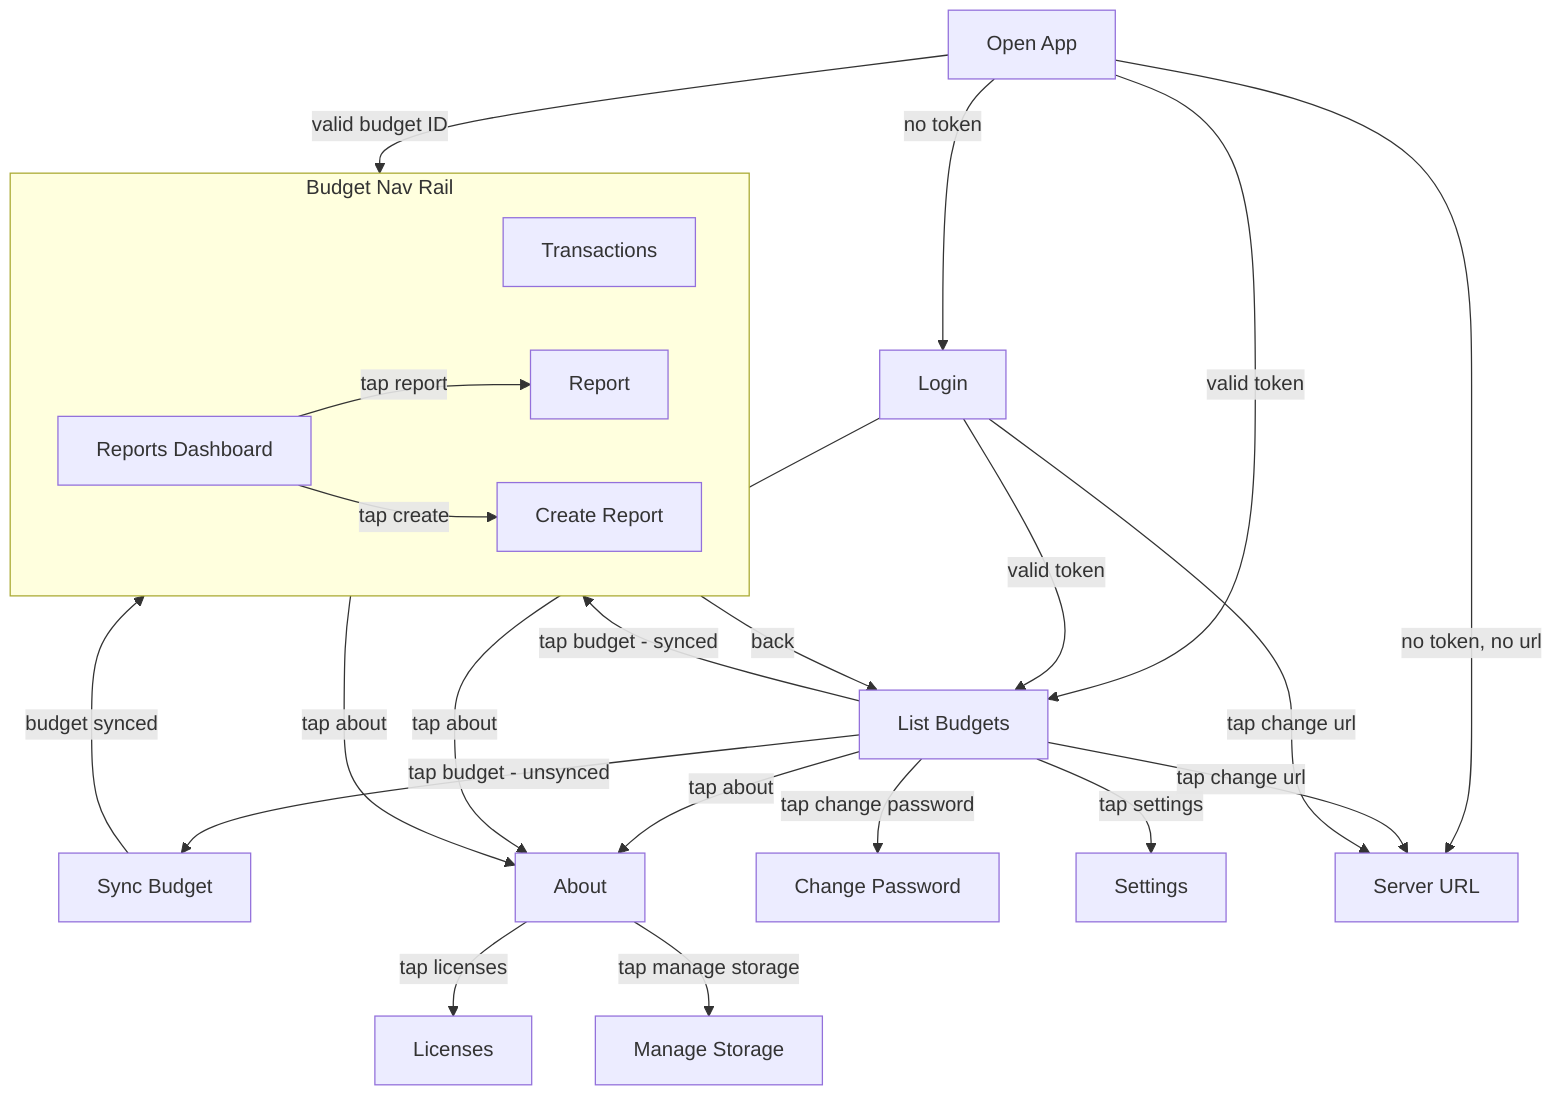
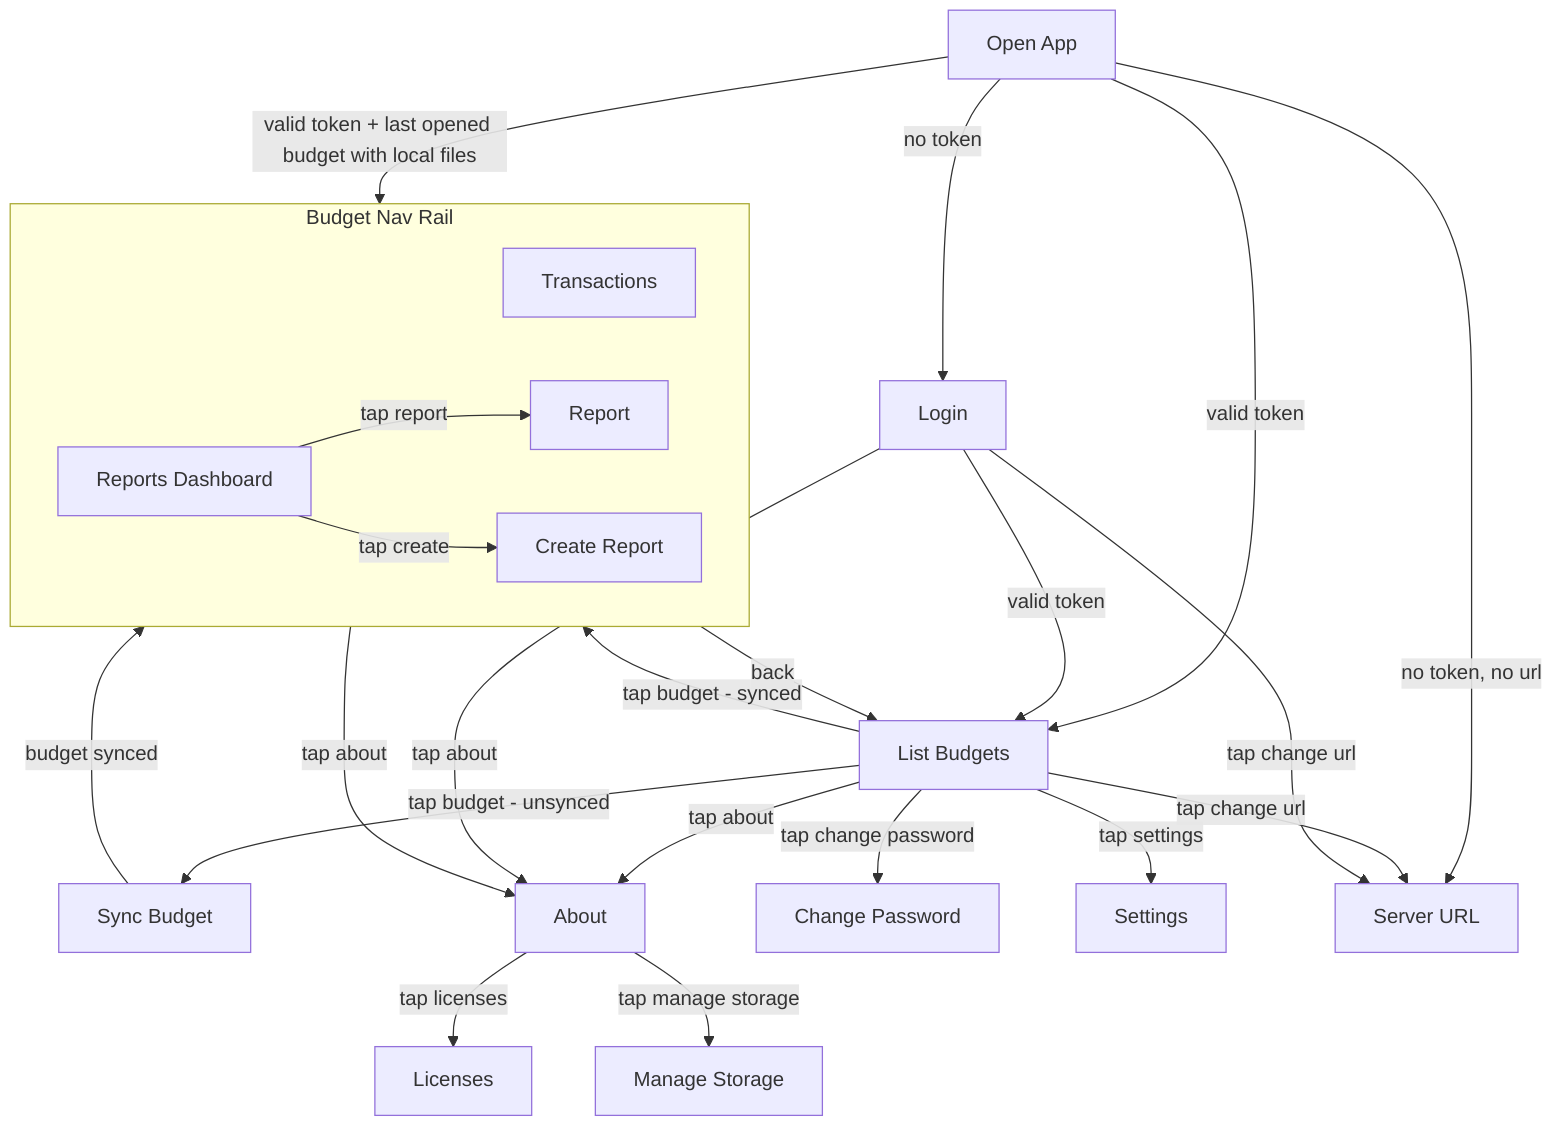
flowchart TD
  app["Open App"]
  budgetList["List Budgets"]
  budgetSync["Sync Budget"]
  info["About"]
  licenses["Licenses"]
  login["Login"]
  manageStorage["Manage Storage"]
  password["Change Password"]
  settings["Settings"]
  url["Server URL"]

  subgraph budgetNavRail["Budget Nav Rail"]
    transactions["Transactions"]
    reportsDashboard["Reports Dashboard"]
    report["Report"]
    createReport["Create Report"]
  end

  app --valid token--> budgetList
-   app --valid budget ID--> budgetNavRail
+   app --"valid token + last opened budget with local files"--> budgetNavRail
  app --no token--> login
  app --no token, no url--> url

  budgetList --tap budget - unsynced--> budgetSync
  budgetList --tap budget - synced--> budgetNavRail
  budgetList --tap change password--> password
  budgetList --tap settings--> settings
  budgetList --tap change url--> url
  budgetList --tap about--> info

  budgetSync --budget synced--> budgetNavRail

  info --tap licenses--> licenses
  info --tap manage storage--> manageStorage

  login --valid token--> budgetList
  login --tap about--> info
  login --tap change url--> url

  budgetNavRail --back--> budgetList
  budgetNavRail --tap about--> info

  reportsDashboard --tap report--> report
  reportsDashboard --tap create--> createReport
